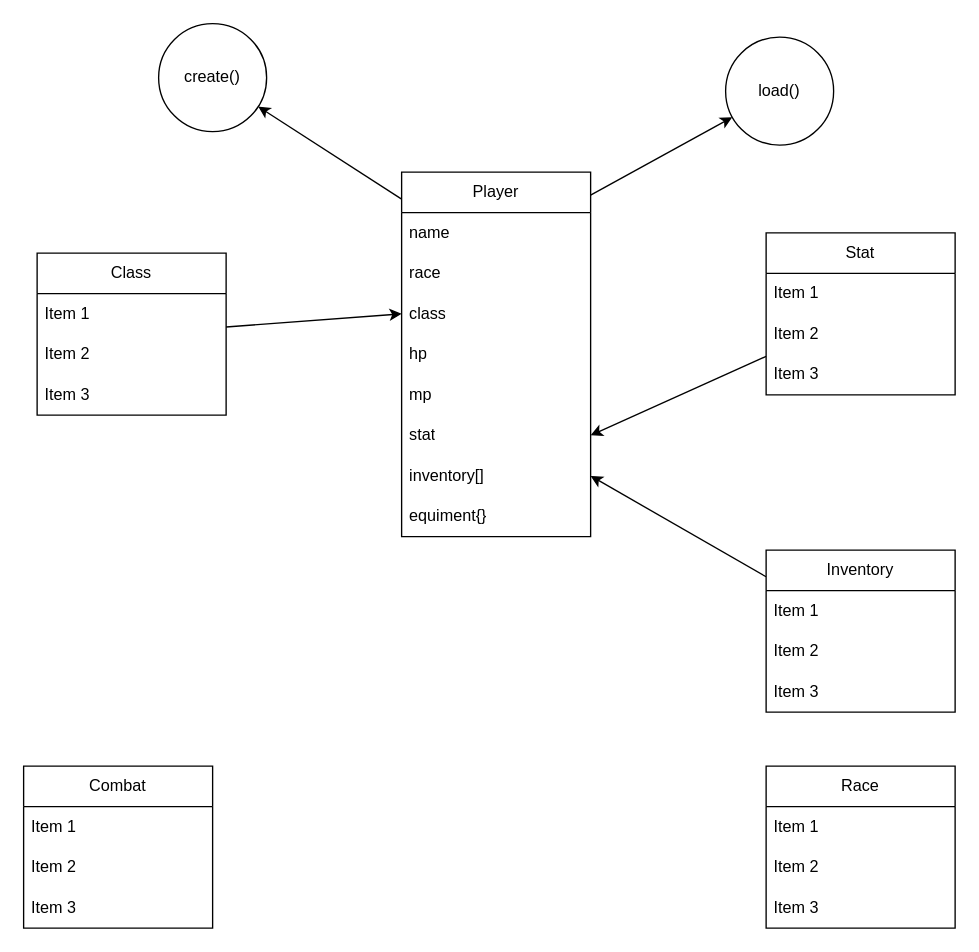
Earlier version of the draw.io diagram design.drawio (minhduc1212/Text_Based_Game). Source tidied: cells renumbered, new cells numbered last; positions are measured from the earlier drawing's top-left corner, leaving out a move shared by most shapes. Both pictures are drawn from the tidied source at 135%, with x=0, y=0 at pixel (23, 23).
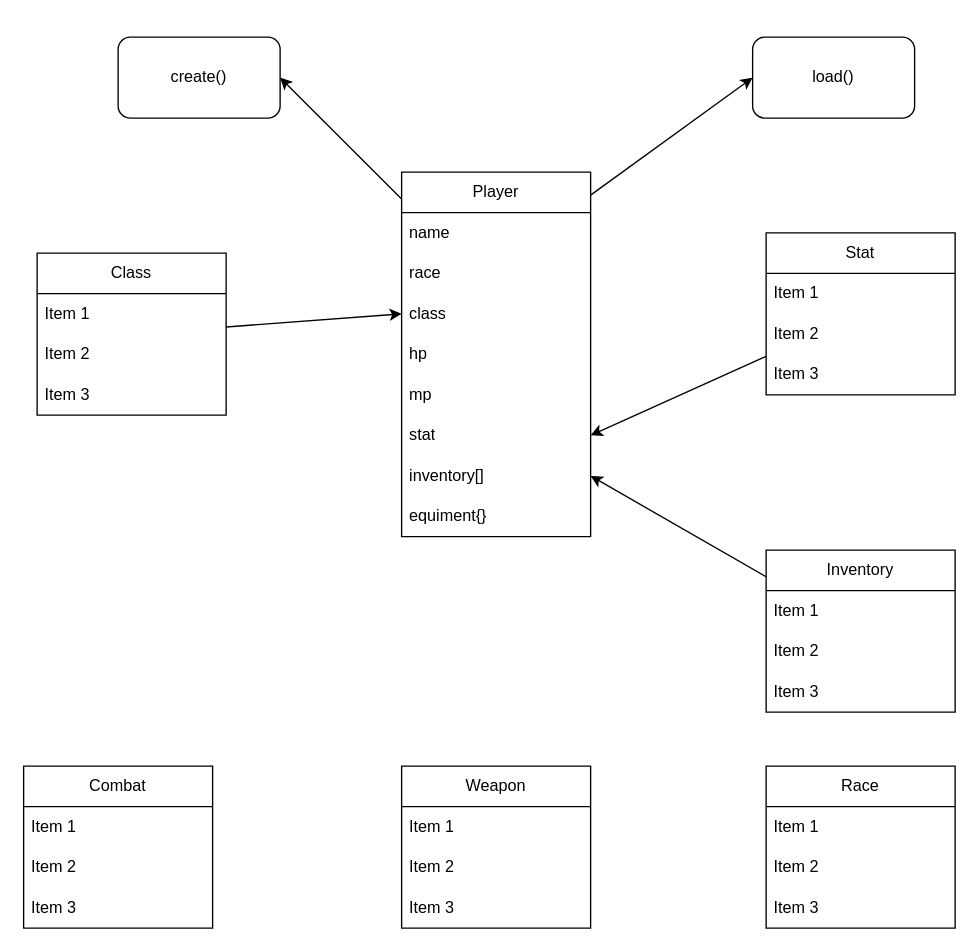
After the change.

Unchanged cells that the change refers to:
```xml
<mxCell id="5" value="Player" style="swimlane;fontStyle=0;horizontal=1;startSize=30;whiteSpace=wrap;html=1;" parent="1" vertex="1">
  <mxGeometry x="280" y="110" width="140" height="270" as="geometry" />
</mxCell>
```

Diff of the diagram source:
```diff
@@
-    <mxCell id="2" style="edgeStyle=none;html=1;exitX=0;exitY=0.074;exitDx=0;exitDy=0;exitPerimeter=0;" parent="1" edge="1" source="5" target="3">
+    <mxCell id="2" style="edgeStyle=none;html=1;exitX=0;exitY=0.074;exitDx=0;exitDy=0;exitPerimeter=0;entryX=1;entryY=0.5;entryDx=0;entryDy=0;" parent="1" edge="1" source="5" target="3">
       <mxGeometry relative="1" as="geometry" />
     </mxCell>
-    <mxCell id="3" value="create()" style="ellipse;whiteSpace=wrap;html=1;rounded=0;" parent="1" vertex="1">
-      <mxGeometry x="100" width="80" height="80" as="geometry" />
-    </mxCell>
-    <mxCell id="4" style="edgeStyle=none;html=1;exitX=1;exitY=0.063;exitDx=0;exitDy=0;exitPerimeter=0;" parent="1" edge="1" source="5" target="14">
+    <mxCell id="4" style="edgeStyle=none;html=1;exitX=1;exitY=0.063;exitDx=0;exitDy=0;exitPerimeter=0;entryX=0;entryY=0.5;entryDx=0;entryDy=0;" parent="1" edge="1" source="5" target="14">
       <mxGeometry relative="1" as="geometry" />
     </mxCell>
@@
-    <mxCell id="14" value="load()" style="ellipse;whiteSpace=wrap;html=1;fontStyle=0;startSize=30;" parent="1" vertex="1">
-      <mxGeometry x="520" y="10" width="80" height="80" as="geometry" />
-    </mxCell>
@@
+    <mxCell id="3" value="create()" style="rounded=1;whiteSpace=wrap;html=1;" parent="1" vertex="1">
+      <mxGeometry x="70" y="10" width="120" height="60" as="geometry" />
+    </mxCell>
+    <mxCell id="14" value="load()" style="rounded=1;whiteSpace=wrap;html=1;" parent="1" vertex="1">
+      <mxGeometry x="540" y="10" width="120" height="60" as="geometry" />
+    </mxCell>
+    <mxCell id="38" value="Weapon" style="swimlane;fontStyle=0;horizontal=1;startSize=30;whiteSpace=wrap;html=1;" parent="1" vertex="1">
+      <mxGeometry x="280" y="550" width="140" height="120" as="geometry" />
+    </mxCell>
+    <mxCell id="39" value="Item 1" style="text;strokeColor=none;fillColor=none;align=left;verticalAlign=middle;spacingLeft=4;spacingRight=4;overflow=hidden;whiteSpace=wrap;html=1;" parent="38" vertex="1">
+      <mxGeometry y="30" width="140" height="30" as="geometry" />
+    </mxCell>
+    <mxCell id="40" value="Item 2" style="text;strokeColor=none;fillColor=none;align=left;verticalAlign=middle;spacingLeft=4;spacingRight=4;overflow=hidden;whiteSpace=wrap;html=1;" parent="38" vertex="1">
+      <mxGeometry y="60" width="140" height="30" as="geometry" />
+    </mxCell>
+    <mxCell id="41" value="Item 3" style="text;strokeColor=none;fillColor=none;align=left;verticalAlign=middle;spacingLeft=4;spacingRight=4;overflow=hidden;whiteSpace=wrap;html=1;" parent="38" vertex="1">
+      <mxGeometry y="90" width="140" height="30" as="geometry" />
+    </mxCell>
```
